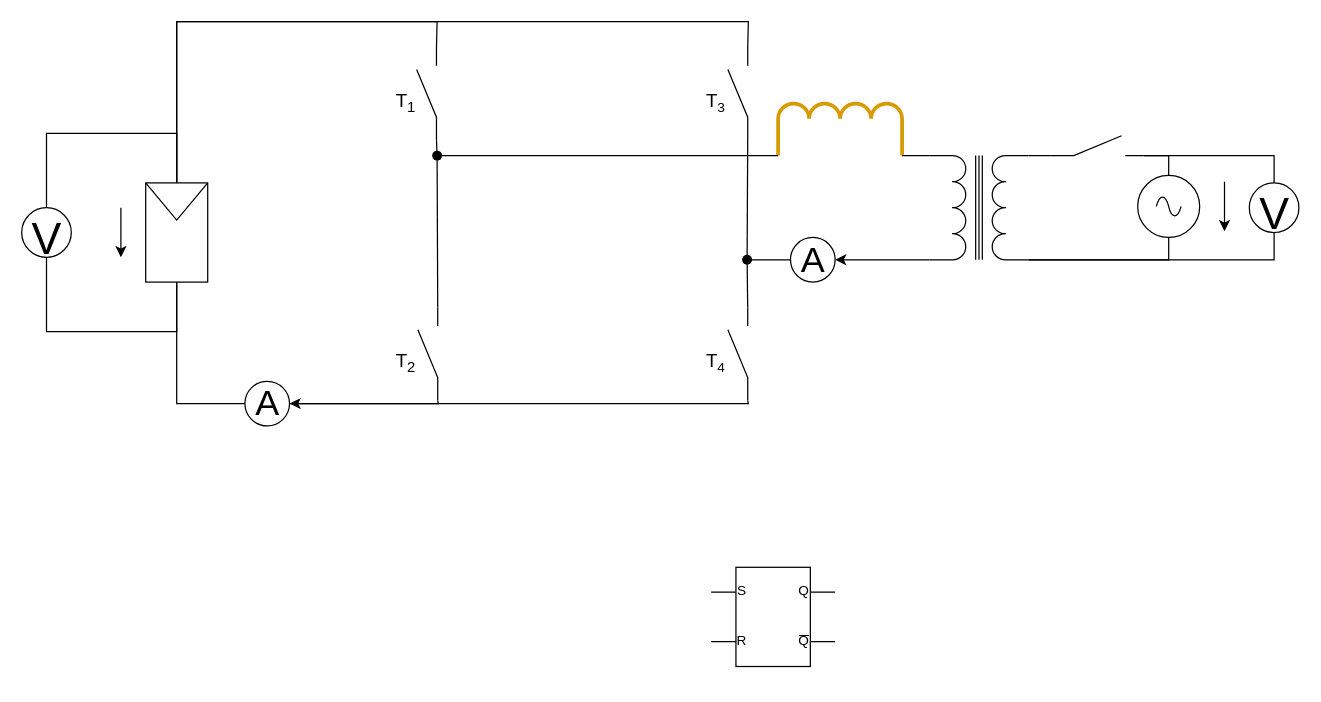
Above: Regelungskreis_FS.drawio in Lostqw1/Funfun (draw.io), before the change. Source tidied: cells renumbered, new cells numbered last; positions are measured from the earlier drawing's top-left corner, leaving out a move shared by most shapes. Both pictures are drawn from the tidied source at 124%, with x=0, y=0 at pixel (21, 21).
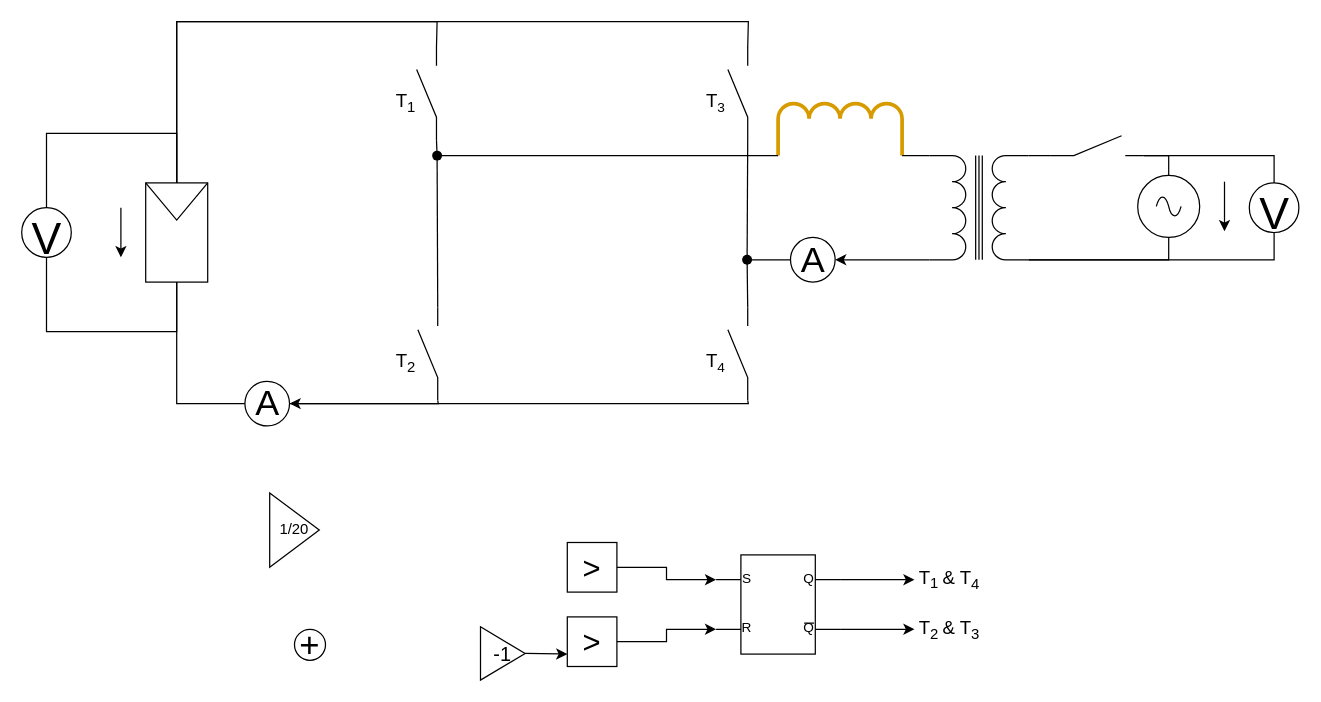
The same diagram, later.

The edit, as a diff of the source:
```diff
@@
     <mxCell id="26" style="verticalLabelPosition=bottom;shadow=0;dashed=0;align=center;html=1;verticalAlign=top;shape=mxgraph.electrical.logic_gates.rs_latch;" parent="1" vertex="1">
-      <mxGeometry x="556" y="440" width="100" height="80" as="geometry" />
+      <mxGeometry x="560" y="430" width="100" height="80" as="geometry" />
     </mxCell>
@@
+    <mxCell id="45" value="1/20" style="triangle;whiteSpace=wrap;html=1;align=center;labelPosition=center;verticalLabelPosition=middle;verticalAlign=middle;" parent="1" vertex="1">
+      <mxGeometry x="200" y="380" width="40" height="60" as="geometry" />
+    </mxCell>
+    <mxCell id="46" value="&lt;font style=&quot;font-size: 25px;&quot;&gt;&amp;gt;&lt;/font&gt;" style="whiteSpace=wrap;html=1;" parent="1" vertex="1">
+      <mxGeometry x="440" y="420" width="40" height="40" as="geometry" />
+    </mxCell>
+    <mxCell id="47" value="&lt;font style=&quot;font-size: 25px;&quot;&gt;&amp;gt;&lt;/font&gt;" style="whiteSpace=wrap;html=1;" parent="1" vertex="1">
+      <mxGeometry x="440" y="480" width="40" height="40" as="geometry" />
+    </mxCell>
+    <mxCell id="48" value="&lt;font style=&quot;font-size: 16px;&quot;&gt;-1&lt;/font&gt;" style="triangle;whiteSpace=wrap;html=1;" parent="1" vertex="1">
+      <mxGeometry x="370" y="488" width="36" height="43" as="geometry" />
+    </mxCell>
+    <mxCell id="49" value="&lt;font&gt;&lt;span style=&quot;font-size: 15px;&quot;&gt;T&lt;/span&gt;&lt;sub&gt;&lt;font style=&quot;font-size: 12px;&quot;&gt;1&amp;nbsp;&lt;/font&gt;&lt;/sub&gt;&lt;span style=&quot;font-size: 15px;&quot;&gt;&amp;amp; T&lt;sub style=&quot;font-size: 12px;&quot;&gt;4&lt;/sub&gt;&lt;/span&gt;&lt;/font&gt;&lt;font style=&quot;vertical-align: sub; font-size: 12px;&quot;&gt;&amp;nbsp;&lt;/font&gt;" style="text;html=1;strokeColor=none;fillColor=none;align=center;verticalAlign=middle;whiteSpace=wrap;rounded=0;" parent="1" vertex="1">
+      <mxGeometry x="720" y="435" width="60" height="30" as="geometry" />
+    </mxCell>
+    <mxCell id="50" value="&lt;font&gt;&lt;span style=&quot;font-size: 15px;&quot;&gt;T&lt;sub style=&quot;font-size: 12px;&quot;&gt;2&lt;/sub&gt;&lt;/span&gt;&lt;sub&gt;&lt;font style=&quot;font-size: 12px;&quot;&gt;&amp;nbsp;&lt;/font&gt;&lt;/sub&gt;&lt;span style=&quot;font-size: 15px;&quot;&gt;&amp;amp; T&lt;sub style=&quot;font-size: 12px;&quot;&gt;3&lt;/sub&gt;&lt;/span&gt;&lt;/font&gt;&lt;font style=&quot;vertical-align: sub; font-size: 12px;&quot;&gt;&amp;nbsp;&lt;/font&gt;" style="text;html=1;strokeColor=none;fillColor=none;align=center;verticalAlign=middle;whiteSpace=wrap;rounded=0;" parent="1" vertex="1">
+      <mxGeometry x="720" y="475" width="60" height="30" as="geometry" />
+    </mxCell>
+    <mxCell id="51" style="endArrow=classic;html=1;rounded=0;entryX=0;entryY=0.5;entryDx=0;entryDy=0;exitX=1;exitY=0.25;exitDx=0;exitDy=0;exitPerimeter=0;" parent="1" edge="1" source="26" target="49">
+      <mxGeometry relative="1" as="geometry" />
+    </mxCell>
+    <mxCell id="52" style="endArrow=classic;html=1;rounded=0;entryX=0;entryY=0.5;entryDx=0;entryDy=0;exitX=1;exitY=0.75;exitDx=0;exitDy=0;exitPerimeter=0;" parent="1" edge="1" source="26" target="50">
+      <mxGeometry relative="1" as="geometry" />
+    </mxCell>
+    <mxCell id="53" style="endArrow=classic;html=1;rounded=0;entryX=0;entryY=0.75;entryDx=0;entryDy=0;entryPerimeter=0;exitX=1;exitY=0.5;exitDx=0;exitDy=0;" parent="1" edge="1" source="47" target="26">
+      <mxGeometry relative="1" as="geometry">
+        <Array as="points">
+          <mxPoint x="520" y="500" />
+          <mxPoint x="520" y="490" />
+        </Array>
+      </mxGeometry>
+    </mxCell>
+    <mxCell id="54" style="endArrow=classic;html=1;rounded=0;entryX=0;entryY=0.25;entryDx=0;entryDy=0;entryPerimeter=0;exitX=1;exitY=0.5;exitDx=0;exitDy=0;" parent="1" edge="1" source="46" target="26">
+      <mxGeometry relative="1" as="geometry">
+        <Array as="points">
+          <mxPoint x="520" y="440" />
+          <mxPoint x="520" y="450" />
+        </Array>
+      </mxGeometry>
+    </mxCell>
+    <mxCell id="55" style="endArrow=classic;html=1;rounded=0;entryX=0;entryY=0.75;entryDx=0;entryDy=0;exitX=1;exitY=0.5;exitDx=0;exitDy=0;" parent="1" edge="1" source="48" target="47">
+      <mxGeometry relative="1" as="geometry" />
+    </mxCell>
+    <mxCell id="56" value="&lt;font style=&quot;font-size: 28px;&quot;&gt;+&lt;/font&gt;" style="ellipse;whiteSpace=wrap;html=1;" parent="1" vertex="1">
+      <mxGeometry x="220" y="490" width="25" height="25" as="geometry" />
+    </mxCell>
```
